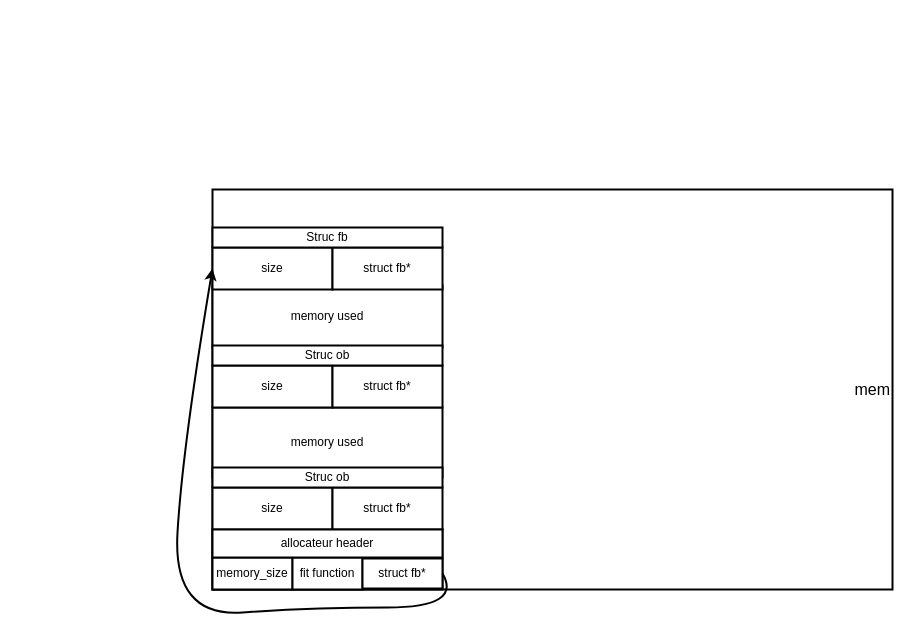
This is utilisation_memoire.drawio from gregiorg/API_TP4_PELISSE_FODOR, a draw.io file, before an edit. Source tidied: cells renumbered, new cells numbered last; positions are measured from the earlier drawing's top-left corner, leaving out a move shared by most shapes. Both pictures are drawn from the tidied source at 100%, with x=0, y=0 at pixel (172, 189).
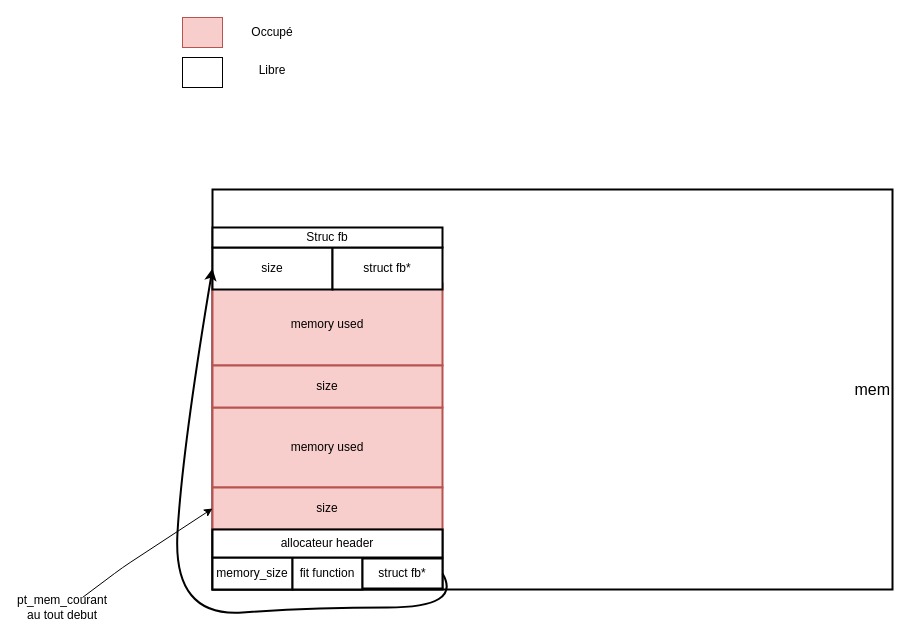
The same diagram, later.

Change to the diagram source:
```diff
@@
-    <mxCell id="4" value="memory used" style="rounded=0;whiteSpace=wrap;html=1;strokeWidth=2;" parent="1" vertex="1">
-      <mxGeometry x="40" y="218" width="230" height="70" as="geometry" />
+    <mxCell id="4" value="memory used" style="rounded=0;whiteSpace=wrap;html=1;strokeWidth=2;fillColor=#f8cecc;strokeColor=#b85450;" parent="1" vertex="1">
+      <mxGeometry x="40" y="218" width="230" height="80" as="geometry" />
     </mxCell>
-    <mxCell id="5" value="size" style="rounded=0;whiteSpace=wrap;html=1;strokeWidth=2;" parent="1" vertex="1">
-      <mxGeometry x="40" y="298" width="120" height="42" as="geometry" />
+    <mxCell id="5" value="size" style="rounded=0;whiteSpace=wrap;html=1;strokeWidth=2;fillColor=#f8cecc;strokeColor=#b85450;" parent="1" vertex="1">
+      <mxGeometry x="40" y="298" width="230" height="42" as="geometry" />
     </mxCell>
-    <mxCell id="6" value="struct fb*" style="rounded=0;whiteSpace=wrap;html=1;strokeWidth=2;" parent="1" vertex="1">
-      <mxGeometry x="160" y="298" width="110" height="42" as="geometry" />
-    </mxCell>
-    <mxCell id="7" value="Struc ob" style="rounded=0;whiteSpace=wrap;html=1;strokeWidth=2;" parent="1" vertex="1">
-      <mxGeometry x="40" y="278" width="230" height="20" as="geometry" />
-    </mxCell>
-    <mxCell id="8" value="memory used" style="rounded=0;whiteSpace=wrap;html=1;strokeWidth=2;" parent="1" vertex="1">
-      <mxGeometry x="40" y="96" width="230" height="62" as="geometry" />
+    <mxCell id="8" value="memory used" style="rounded=0;whiteSpace=wrap;html=1;strokeWidth=2;fillColor=#f8cecc;strokeColor=#b85450;" parent="1" vertex="1">
+      <mxGeometry x="40" y="94" width="230" height="82" as="geometry" />
     </mxCell>
-    <mxCell id="9" value="size" style="rounded=0;whiteSpace=wrap;html=1;strokeWidth=2;" parent="1" vertex="1">
-      <mxGeometry x="40" y="176" width="120" height="42" as="geometry" />
+    <mxCell id="9" value="size" style="rounded=0;whiteSpace=wrap;html=1;strokeWidth=2;fillColor=#f8cecc;strokeColor=#b85450;" parent="1" vertex="1">
+      <mxGeometry x="40" y="176" width="230" height="42" as="geometry" />
     </mxCell>
-    <mxCell id="10" value="struct fb*" style="rounded=0;whiteSpace=wrap;html=1;strokeWidth=2;" parent="1" vertex="1">
-      <mxGeometry x="160" y="176" width="110" height="42" as="geometry" />
-    </mxCell>
-    <mxCell id="11" value="Struc ob" style="rounded=0;whiteSpace=wrap;html=1;strokeWidth=2;" parent="1" vertex="1">
-      <mxGeometry x="40" y="156" width="230" height="20" as="geometry" />
-    </mxCell>
@@
+    <mxCell id="20" style="rounded=0;whiteSpace=wrap;html=1;fillColor=#f8cecc;strokeColor=#b85450;" parent="1" vertex="1">
+      <mxGeometry x="10" y="-172" width="40" height="30" as="geometry" />
+    </mxCell>
+    <mxCell id="21" value="Occupé" style="text;html=1;strokeColor=none;fillColor=none;align=center;verticalAlign=middle;whiteSpace=wrap;rounded=0;" parent="1" vertex="1">
+      <mxGeometry x="60" y="-172" width="80" height="30" as="geometry" />
+    </mxCell>
+    <mxCell id="22" style="rounded=0;whiteSpace=wrap;html=1;" parent="1" vertex="1">
+      <mxGeometry x="10" y="-132" width="40" height="30" as="geometry" />
+    </mxCell>
+    <mxCell id="23" value="Libre" style="text;html=1;strokeColor=none;fillColor=none;align=center;verticalAlign=middle;whiteSpace=wrap;rounded=0;" parent="1" vertex="1">
+      <mxGeometry x="70" y="-137" width="60" height="35" as="geometry" />
+    </mxCell>
+    <mxCell id="24" style="endArrow=classic;html=1;entryX=0;entryY=0.5;entryDx=0;entryDy=0;" parent="1" edge="1" target="5">
+      <mxGeometry relative="1" as="geometry">
+        <mxPoint x="-90" y="408" as="sourcePoint" />
+        <Array as="points">
+          <mxPoint x="-50" y="378" />
+        </Array>
+      </mxGeometry>
+    </mxCell>
+    <mxCell id="25" value="&lt;div&gt;pt_mem_courant&lt;/div&gt;&lt;div&gt;au tout debut&lt;/div&gt;" style="text;html=1;strokeColor=none;fillColor=none;align=center;verticalAlign=middle;whiteSpace=wrap;rounded=0;" parent="1" vertex="1">
+      <mxGeometry x="-130" y="408" width="40" height="20" as="geometry" />
+    </mxCell>
```
